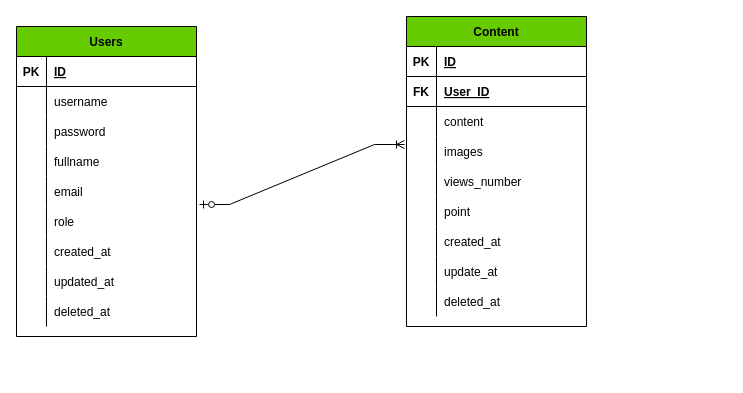
Earlier version of the draw.io diagram Dokumentasi/ERD/ERD.drawio (reski-id/news_restAPI). Source tidied: cells renumbered, new cells numbered last; positions are measured from the earlier drawing's top-left corner, leaving out a move shared by most shapes. Both pictures are drawn from the tidied source at 100%, with x=0, y=0 at pixel (16, 16).
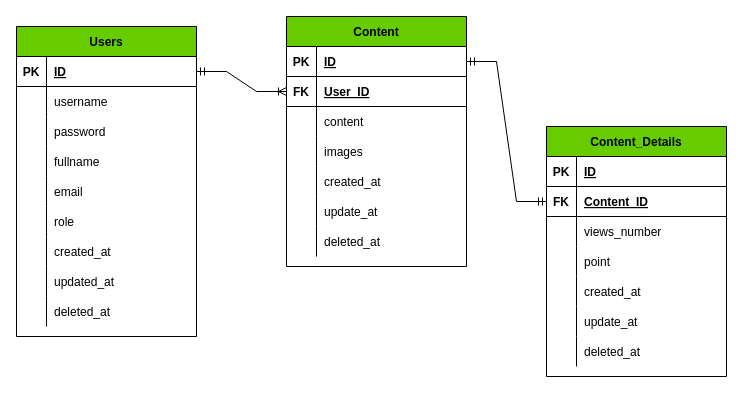
After the change.

Unchanged cells that the change refers to:
```xml
<mxCell id="3" style="shape=tableRow;horizontal=0;startSize=0;swimlaneHead=0;swimlaneBody=0;fillColor=none;points=[[0,0.5],[1,0.5]];portConstraint=eastwest;top=0;left=0;right=0;bottom=1;" parent="2" vertex="1">
  <mxGeometry y="30" width="180" height="30" as="geometry" />
</mxCell>
<mxCell id="6" style="shape=tableRow;horizontal=0;startSize=0;swimlaneHead=0;swimlaneBody=0;fillColor=none;points=[[0,0.5],[1,0.5]];portConstraint=eastwest;top=0;left=0;right=0;bottom=1;" parent="2" vertex="1">
  <mxGeometry y="60" width="180" height="30" as="geometry" />
</mxCell>
<mxCell id="12" style="shape=tableRow;horizontal=0;startSize=0;swimlaneHead=0;swimlaneBody=0;fillColor=none;points=[[0,0.5],[1,0.5]];portConstraint=eastwest;top=0;left=0;right=0;bottom=0;" parent="2" vertex="1">
  <mxGeometry y="120" width="180" height="30" as="geometry" />
</mxCell>
<mxCell id="31" style="shape=tableRow;horizontal=0;startSize=0;swimlaneHead=0;swimlaneBody=0;fillColor=none;points=[[0,0.5],[1,0.5]];portConstraint=eastwest;top=0;left=0;right=0;bottom=1;" parent="30" vertex="1">
  <mxGeometry y="30" width="180" height="30" as="geometry" />
</mxCell>
<mxCell id="46" style="shape=tableRow;horizontal=0;startSize=0;swimlaneHead=0;swimlaneBody=0;fillColor=none;points=[[0,0.5],[1,0.5]];portConstraint=eastwest;top=0;left=0;right=0;bottom=0;" parent="30" vertex="1">
  <mxGeometry y="180" width="180" height="30" as="geometry" />
</mxCell>
```

Change to the diagram source:
```diff
@@
     <mxCell id="2" value="Content" style="shape=table;startSize=30;childLayout=tableLayout;rowLines=0;fontStyle=1;align=center;fillColor=#66CC00;" parent="1" vertex="1">
-      <mxGeometry x="390" width="180" height="310" as="geometry" />
+      <mxGeometry x="270" width="180" height="250" as="geometry" />
     </mxCell>
@@
-    <mxCell id="15" style="shape=tableRow;horizontal=0;startSize=0;swimlaneHead=0;swimlaneBody=0;fillColor=none;top=0;left=0;right=0;bottom=0;" parent="2" vertex="1">
-      <mxGeometry y="150" width="180" height="30" as="geometry" />
-    </mxCell>
-    <mxCell id="16" style="shape=partialRectangle;fillColor=none;top=0;left=0;bottom=0;right=0;overflow=hidden;" parent="15" vertex="1">
-      <mxGeometry width="30" height="30" as="geometry" />
-    </mxCell>
-    <mxCell id="17" value="views_number" style="shape=partialRectangle;fillColor=none;top=0;left=0;bottom=0;right=0;align=left;spacingLeft=6;overflow=hidden;" parent="15" vertex="1">
-      <mxGeometry x="30" width="150" height="30" as="geometry" />
-    </mxCell>
-    <mxCell id="18" style="shape=tableRow;horizontal=0;startSize=0;swimlaneHead=0;swimlaneBody=0;fillColor=none;top=0;left=0;right=0;bottom=0;" parent="2" vertex="1">
-      <mxGeometry y="180" width="180" height="30" as="geometry" />
-    </mxCell>
-    <mxCell id="19" style="shape=partialRectangle;fillColor=none;top=0;left=0;bottom=0;right=0;overflow=hidden;" parent="18" vertex="1">
-      <mxGeometry width="30" height="30" as="geometry" />
-    </mxCell>
-    <mxCell id="20" value="point" style="shape=partialRectangle;fillColor=none;top=0;left=0;bottom=0;right=0;align=left;spacingLeft=6;overflow=hidden;" parent="18" vertex="1">
-      <mxGeometry x="30" width="150" height="30" as="geometry" />
-    </mxCell>
     <mxCell id="21" style="shape=tableRow;horizontal=0;startSize=0;swimlaneHead=0;swimlaneBody=0;fillColor=none;top=0;left=0;right=0;bottom=0;" parent="2" vertex="1">
-      <mxGeometry y="210" width="180" height="30" as="geometry" />
+      <mxGeometry y="150" width="180" height="30" as="geometry" />
     </mxCell>
@@
     <mxCell id="24" style="shape=tableRow;horizontal=0;startSize=0;swimlaneHead=0;swimlaneBody=0;fillColor=none;top=0;left=0;right=0;bottom=0;" parent="2" vertex="1">
-      <mxGeometry y="240" width="180" height="30" as="geometry" />
+      <mxGeometry y="180" width="180" height="30" as="geometry" />
     </mxCell>
@@
     <mxCell id="27" style="shape=tableRow;horizontal=0;startSize=0;swimlaneHead=0;swimlaneBody=0;fillColor=none;top=0;left=0;right=0;bottom=0;" parent="2" vertex="1">
-      <mxGeometry y="270" width="180" height="30" as="geometry" />
+      <mxGeometry y="210" width="180" height="30" as="geometry" />
     </mxCell>
@@
-    <mxCell id="58" style="edgeStyle=entityRelationEdgeStyle;fontSize=12;html=1;endArrow=ERoneToMany;startArrow=ERzeroToOne;rounded=0;exitX=1.017;exitY=-0.067;exitDx=0;exitDy=0;exitPerimeter=0;entryX=-0.011;entryY=0.267;entryDx=0;entryDy=0;entryPerimeter=0;" parent="1" edge="1" source="46" target="12">
-      <mxGeometry relative="1" as="geometry" />
-    </mxCell>
+    <mxCell id="59" value="Content_Details" style="shape=table;startSize=30;childLayout=tableLayout;rowLines=0;fontStyle=1;align=center;fillColor=#66CC00;" parent="1" vertex="1">
+      <mxGeometry x="530" y="110" width="180" height="250" as="geometry" />
+    </mxCell>
+    <mxCell id="60" style="shape=tableRow;horizontal=0;startSize=0;swimlaneHead=0;swimlaneBody=0;fillColor=none;top=0;left=0;right=0;bottom=1;" parent="59" vertex="1">
+      <mxGeometry y="30" width="180" height="30" as="geometry" />
+    </mxCell>
+    <mxCell id="61" value="PK" style="shape=partialRectangle;fillColor=none;top=0;left=0;bottom=0;right=0;fontStyle=1;overflow=hidden;" parent="60" vertex="1">
+      <mxGeometry width="30" height="30" as="geometry" />
+    </mxCell>
+    <mxCell id="62" value="ID" style="shape=partialRectangle;fillColor=none;top=0;left=0;bottom=0;right=0;align=left;spacingLeft=6;fontStyle=5;overflow=hidden;" parent="60" vertex="1">
+      <mxGeometry x="30" width="150" height="30" as="geometry" />
+    </mxCell>
+    <mxCell id="63" style="shape=tableRow;horizontal=0;startSize=0;swimlaneHead=0;swimlaneBody=0;fillColor=none;points=[[0,0.5],[1,0.5]];portConstraint=eastwest;top=0;left=0;right=0;bottom=1;" parent="59" vertex="1">
+      <mxGeometry y="60" width="180" height="30" as="geometry" />
+    </mxCell>
+    <mxCell id="64" value="FK" style="shape=partialRectangle;fillColor=none;top=0;left=0;bottom=0;right=0;fontStyle=1;overflow=hidden;" parent="63" vertex="1">
+      <mxGeometry width="30" height="30" as="geometry" />
+    </mxCell>
+    <mxCell id="65" value="Content_ID" style="shape=partialRectangle;fillColor=none;top=0;left=0;bottom=0;right=0;align=left;spacingLeft=6;fontStyle=5;overflow=hidden;" parent="63" vertex="1">
+      <mxGeometry x="30" width="150" height="30" as="geometry" />
+    </mxCell>
+    <mxCell id="15" style="shape=tableRow;horizontal=0;startSize=0;swimlaneHead=0;swimlaneBody=0;fillColor=none;top=0;left=0;right=0;bottom=0;" parent="59" vertex="1">
+      <mxGeometry y="90" width="180" height="30" as="geometry" />
+    </mxCell>
+    <mxCell id="16" style="shape=partialRectangle;fillColor=none;top=0;left=0;bottom=0;right=0;overflow=hidden;" parent="15" vertex="1">
+      <mxGeometry width="30" height="30" as="geometry" />
+    </mxCell>
+    <mxCell id="17" value="views_number" style="shape=partialRectangle;fillColor=none;top=0;left=0;bottom=0;right=0;align=left;spacingLeft=6;overflow=hidden;" parent="15" vertex="1">
+      <mxGeometry x="30" width="150" height="30" as="geometry" />
+    </mxCell>
+    <mxCell id="18" style="shape=tableRow;horizontal=0;startSize=0;swimlaneHead=0;swimlaneBody=0;fillColor=none;top=0;left=0;right=0;bottom=0;" parent="59" vertex="1">
+      <mxGeometry y="120" width="180" height="30" as="geometry" />
+    </mxCell>
+    <mxCell id="19" style="shape=partialRectangle;fillColor=none;top=0;left=0;bottom=0;right=0;overflow=hidden;" parent="18" vertex="1">
+      <mxGeometry width="30" height="30" as="geometry" />
+    </mxCell>
+    <mxCell id="20" value="point" style="shape=partialRectangle;fillColor=none;top=0;left=0;bottom=0;right=0;align=left;spacingLeft=6;overflow=hidden;" parent="18" vertex="1">
+      <mxGeometry x="30" width="150" height="30" as="geometry" />
+    </mxCell>
+    <mxCell id="66" style="shape=tableRow;horizontal=0;startSize=0;swimlaneHead=0;swimlaneBody=0;fillColor=none;top=0;left=0;right=0;bottom=0;" parent="59" vertex="1">
+      <mxGeometry y="150" width="180" height="30" as="geometry" />
+    </mxCell>
+    <mxCell id="67" style="shape=partialRectangle;fillColor=none;top=0;left=0;bottom=0;right=0;overflow=hidden;" parent="66" vertex="1">
+      <mxGeometry width="30" height="30" as="geometry" />
+    </mxCell>
+    <mxCell id="68" value="created_at" style="shape=partialRectangle;fillColor=none;top=0;left=0;bottom=0;right=0;align=left;spacingLeft=6;overflow=hidden;" parent="66" vertex="1">
+      <mxGeometry x="30" width="150" height="30" as="geometry" />
+    </mxCell>
+    <mxCell id="69" style="shape=tableRow;horizontal=0;startSize=0;swimlaneHead=0;swimlaneBody=0;fillColor=none;top=0;left=0;right=0;bottom=0;" parent="59" vertex="1">
+      <mxGeometry y="180" width="180" height="30" as="geometry" />
+    </mxCell>
+    <mxCell id="70" style="shape=partialRectangle;fillColor=none;top=0;left=0;bottom=0;right=0;overflow=hidden;" parent="69" vertex="1">
+      <mxGeometry width="30" height="30" as="geometry" />
+    </mxCell>
+    <mxCell id="71" value="update_at" style="shape=partialRectangle;fillColor=none;top=0;left=0;bottom=0;right=0;align=left;spacingLeft=6;overflow=hidden;" parent="69" vertex="1">
+      <mxGeometry x="30" width="150" height="30" as="geometry" />
+    </mxCell>
+    <mxCell id="72" style="shape=tableRow;horizontal=0;startSize=0;swimlaneHead=0;swimlaneBody=0;fillColor=none;top=0;left=0;right=0;bottom=0;" parent="59" vertex="1">
+      <mxGeometry y="210" width="180" height="30" as="geometry" />
+    </mxCell>
+    <mxCell id="73" style="shape=partialRectangle;fillColor=none;top=0;left=0;bottom=0;right=0;overflow=hidden;" parent="72" vertex="1">
+      <mxGeometry width="30" height="30" as="geometry" />
+    </mxCell>
+    <mxCell id="74" value="deleted_at" style="shape=partialRectangle;fillColor=none;top=0;left=0;bottom=0;right=0;align=left;spacingLeft=6;overflow=hidden;" parent="72" vertex="1">
+      <mxGeometry x="30" width="150" height="30" as="geometry" />
+    </mxCell>
+    <mxCell id="75" style="edgeStyle=entityRelationEdgeStyle;fontSize=12;html=1;endArrow=ERmandOne;startArrow=ERmandOne;rounded=0;entryX=1;entryY=0.5;entryDx=0;entryDy=0;exitX=0;exitY=0.5;exitDx=0;exitDy=0;" parent="1" edge="1" source="63" target="3">
+      <mxGeometry relative="1" as="geometry" />
+    </mxCell>
+    <mxCell id="76" style="edgeStyle=entityRelationEdgeStyle;fontSize=12;html=1;endArrow=ERoneToMany;startArrow=ERmandOne;rounded=0;entryX=0;entryY=0.5;entryDx=0;entryDy=0;" parent="1" edge="1" source="31" target="6">
+      <mxGeometry relative="1" as="geometry" />
+    </mxCell>
```
